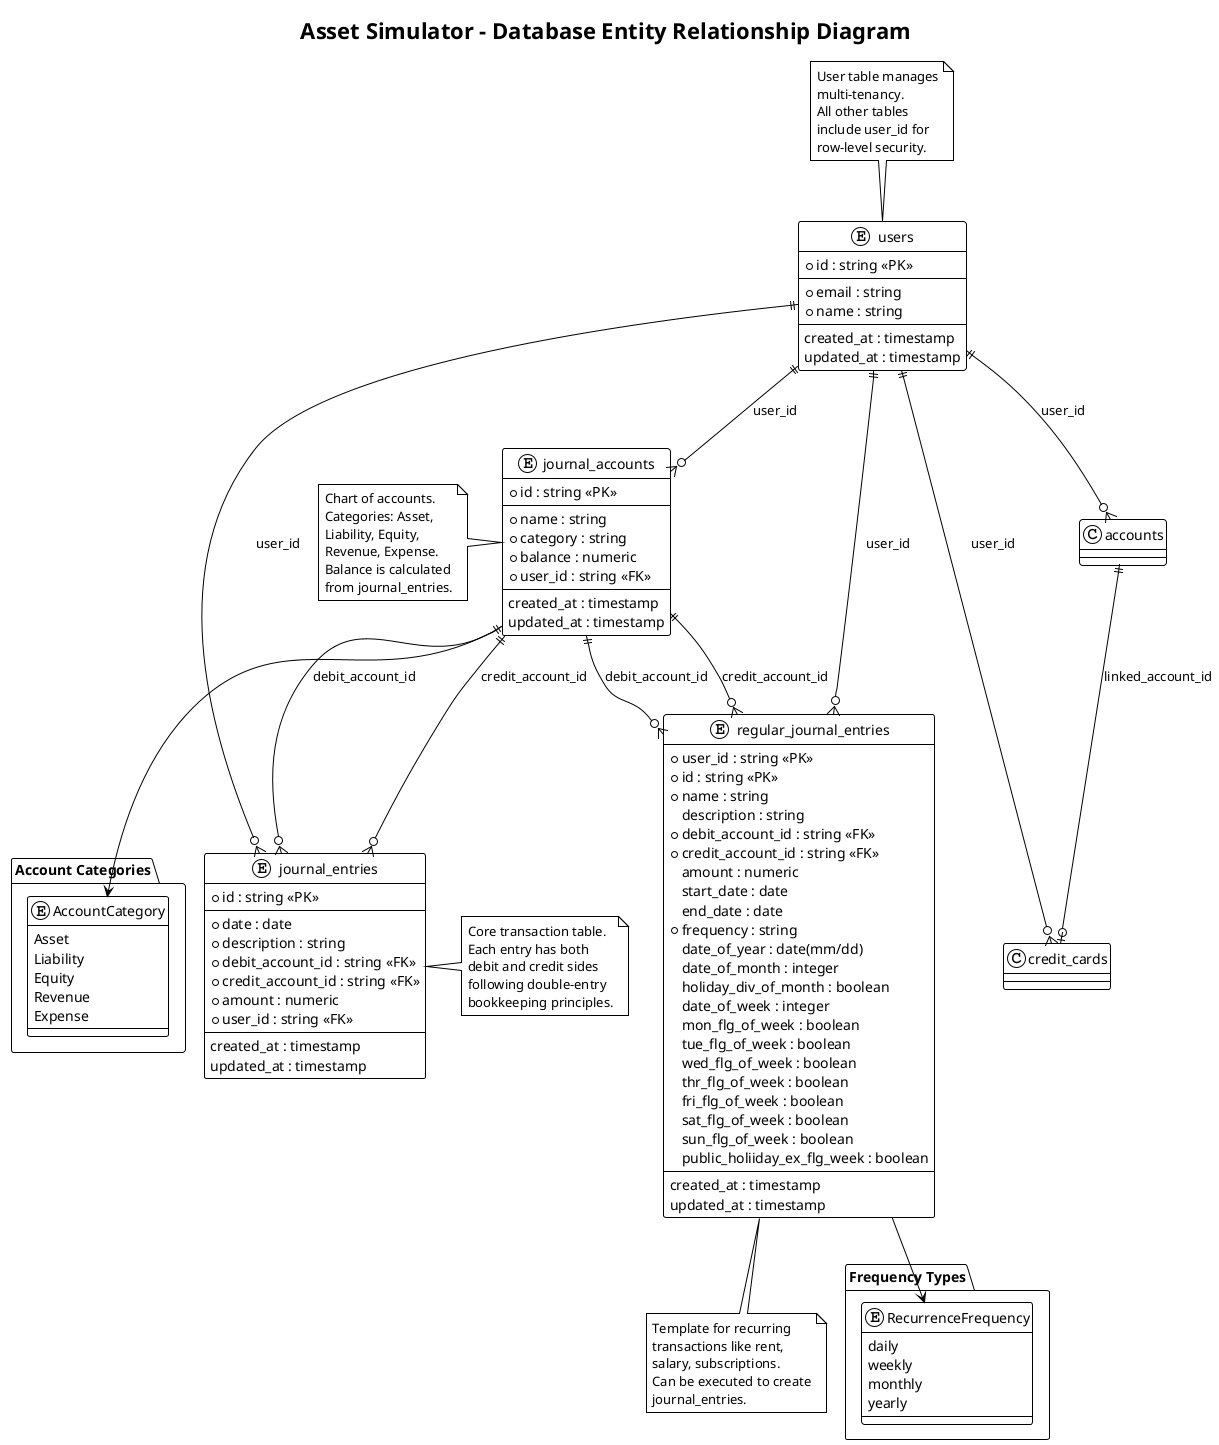
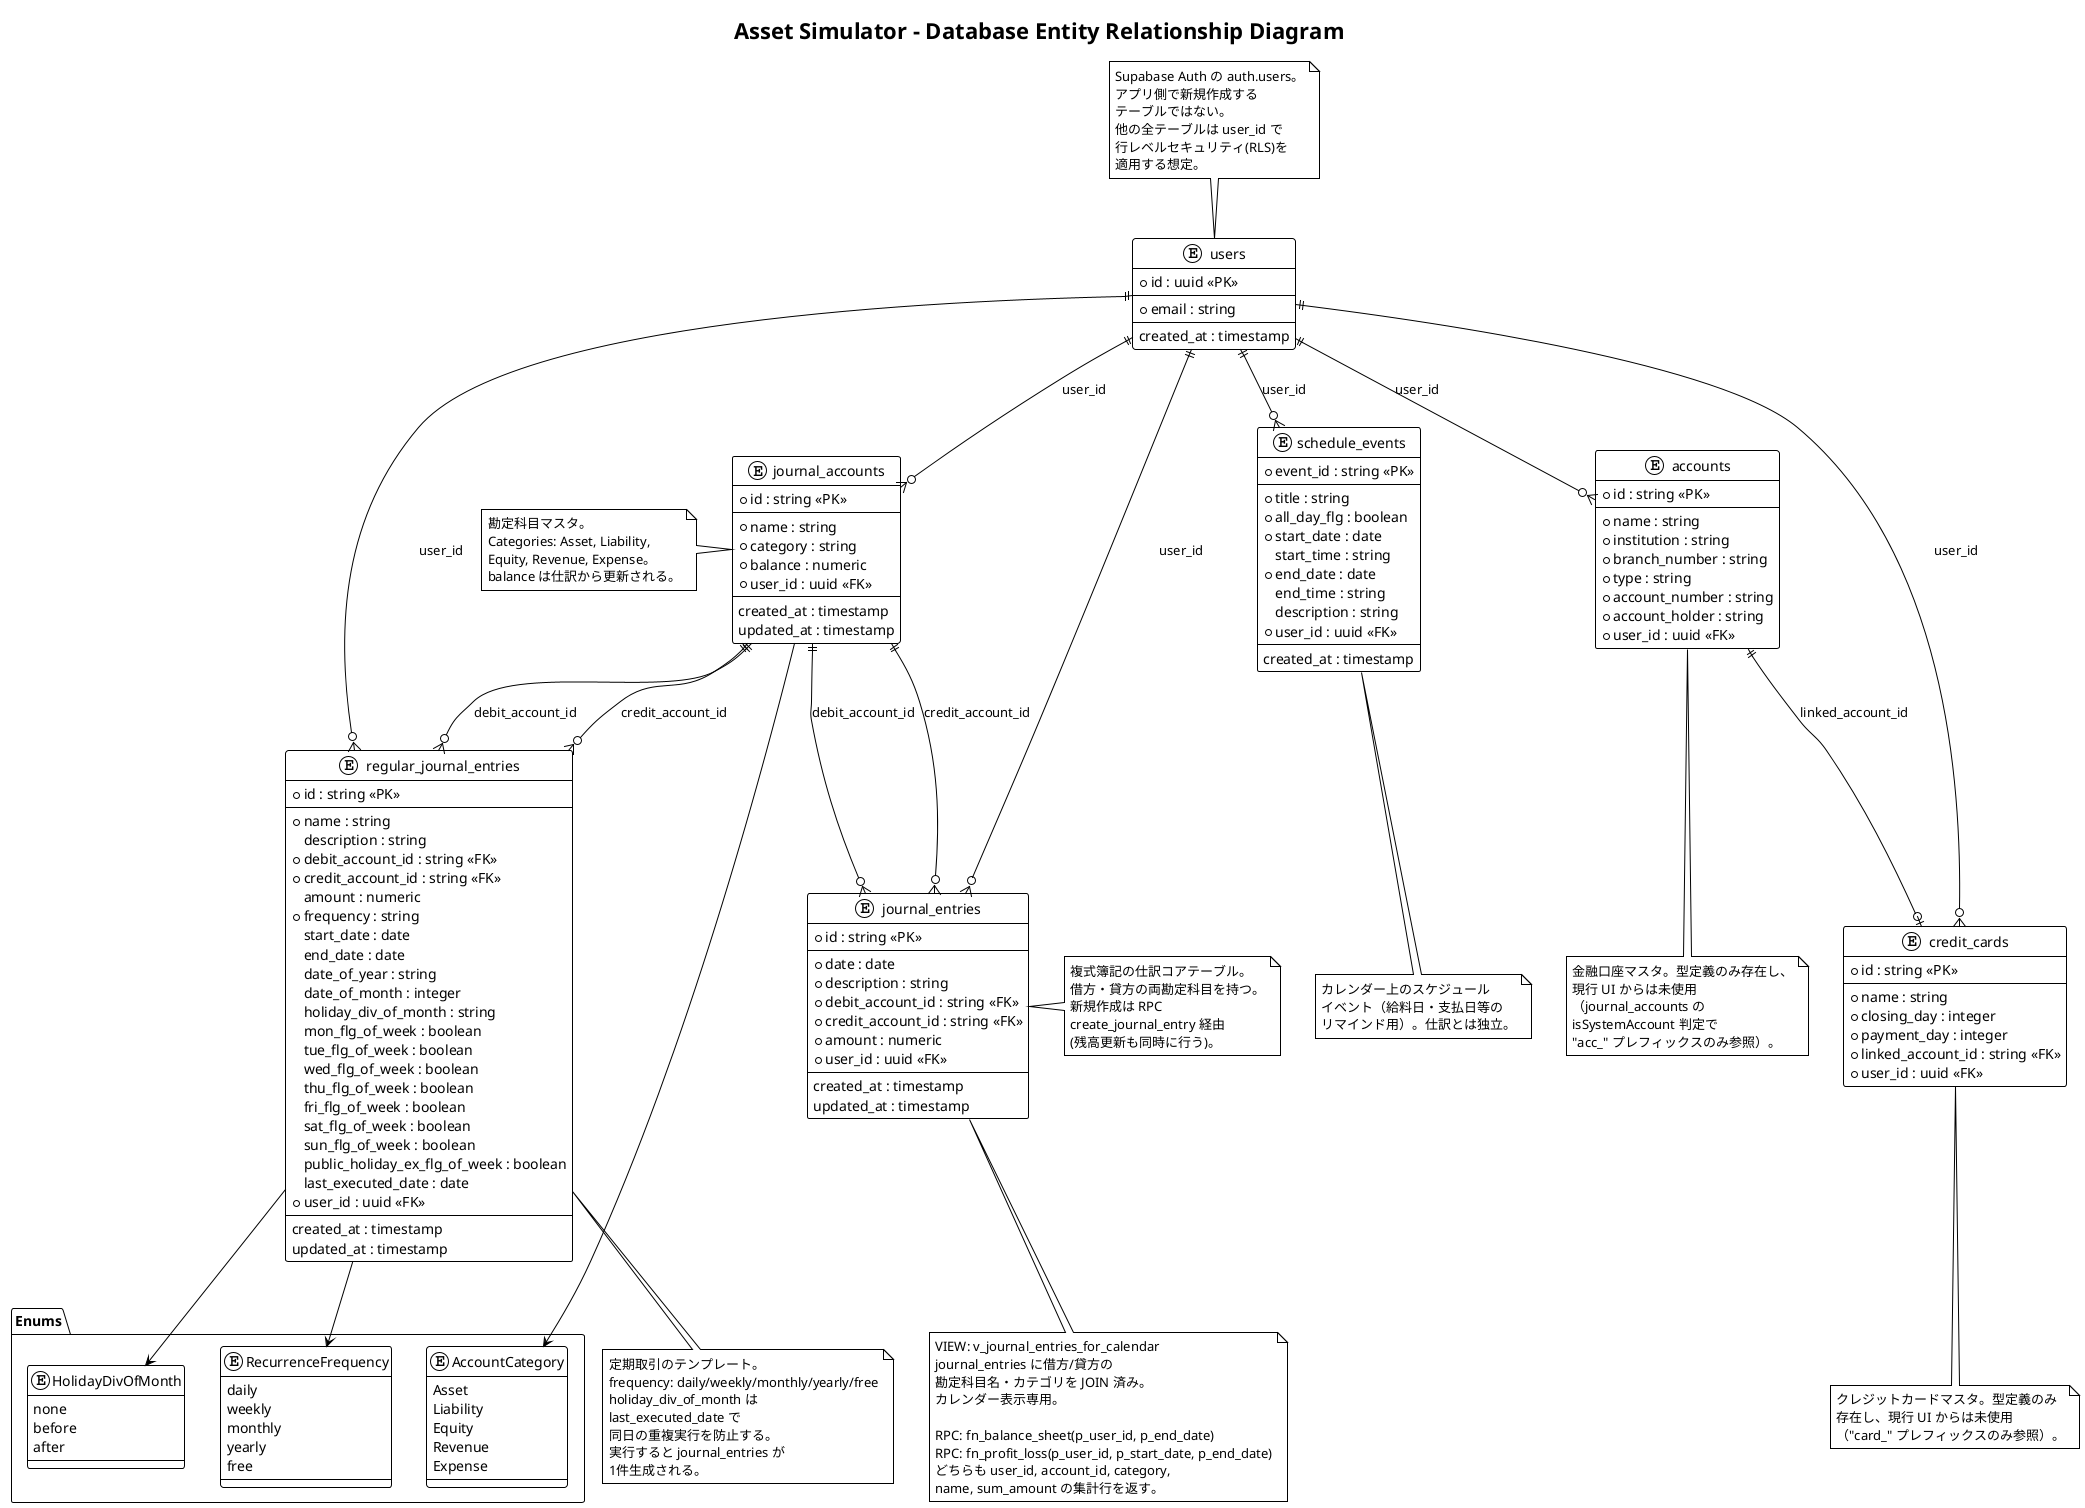
@startuml Database ER Diagram
!theme plain

title Asset Simulator - Database Entity Relationship Diagram

' --- Entities ---
+ entity "users" as users {
+   * id : uuid <<PK>>
+   --
+   * email : string
+   --
+   created_at : timestamp
+ }
+ 
entity "journal_accounts" as journal_accounts {
  * id : string <<PK>>
  --
  * name : string
  * category : string
  * balance : numeric
-   * user_id : string <<FK>>
+   * user_id : uuid <<FK>>
  --
  created_at : timestamp
  updated_at : timestamp
}

entity "journal_entries" as journal_entries {
  * id : string <<PK>>
  --
  * date : date
  * description : string
  * debit_account_id : string <<FK>>
  * credit_account_id : string <<FK>>
  * amount : numeric
-   * user_id : string <<FK>>
+   * user_id : uuid <<FK>>
  --
  created_at : timestamp
  updated_at : timestamp
}

entity "regular_journal_entries" as regular_journal_entries {
-   * user_id : string <<PK>>
-   * id : string <<PK>>
+   * id : string <<PK>>
+   --
  * name : string
  description : string
  * debit_account_id : string <<FK>>
  * credit_account_id : string <<FK>>
  amount : numeric
+   * frequency : string
  start_date : date
  end_date : date
-   * frequency : string
-   date_of_year : date(mm/dd)
+   date_of_year : string
  date_of_month : integer
-   holiday_div_of_month : boolean
-   date_of_week : integer
+   holiday_div_of_month : string
  mon_flg_of_week : boolean
  tue_flg_of_week : boolean
  wed_flg_of_week : boolean
-   thr_flg_of_week : boolean
+   thu_flg_of_week : boolean
  fri_flg_of_week : boolean
  sat_flg_of_week : boolean
  sun_flg_of_week : boolean
-   public_holiiday_ex_flg_week : boolean
+   public_holiday_ex_flg_of_week : boolean
+   last_executed_date : date
+   * user_id : uuid <<FK>>
  --
  created_at : timestamp
  updated_at : timestamp
}

- entity "users" as users {
-   * id : string <<PK>>
-   --
-   * email : string
-   * name : string
-   --
-   created_at : timestamp
-   updated_at : timestamp
+ entity "schedule_events" as schedule_events {
+   * event_id : string <<PK>>
+   --
+   * title : string
+   * all_day_flg : boolean
+   * start_date : date
+   start_time : string
+   * end_date : date
+   end_time : string
+   description : string
+   * user_id : uuid <<FK>>
+   --
+   created_at : timestamp
+ }
+ 
+ entity "accounts" as accounts {
+   * id : string <<PK>>
+   --
+   * name : string
+   * institution : string
+   * branch_number : string
+   * type : string
+   * account_number : string
+   * account_holder : string
+   * user_id : uuid <<FK>>
+ }
+ 
+ entity "credit_cards" as credit_cards {
+   * id : string <<PK>>
+   --
+   * name : string
+   * closing_day : integer
+   * payment_day : integer
+   * linked_account_id : string <<FK>>
+   * user_id : uuid <<FK>>
}

' --- Relationships ---
- users ||--o{ accounts : "user_id"
- users ||--o{ credit_cards : "user_id"
users ||--o{ journal_accounts : "user_id"
users ||--o{ journal_entries : "user_id"
users ||--o{ regular_journal_entries : "user_id"
+ users ||--o{ schedule_events : "user_id"
+ users ||--o{ accounts : "user_id"
+ users ||--o{ credit_cards : "user_id"

accounts ||--o| credit_cards : "linked_account_id"

journal_accounts ||--o{ journal_entries : "debit_account_id"
journal_accounts ||--o{ journal_entries : "credit_account_id"

journal_accounts ||--o{ regular_journal_entries : "debit_account_id"
journal_accounts ||--o{ regular_journal_entries : "credit_account_id"

' --- Notes ---
note top of users
-   User table manages
-   multi-tenancy.
-   All other tables
-   include user_id for
-   row-level security.
+   Supabase Auth の auth.users。
+   アプリ側で新規作成する
+   テーブルではない。
+   他の全テーブルは user_id で
+   行レベルセキュリティ(RLS)を
+   適用する想定。
end note

note right of journal_entries
-   Core transaction table.
-   Each entry has both
-   debit and credit sides
-   following double-entry
-   bookkeeping principles.
+   複式簿記の仕訳コアテーブル。
+   借方・貸方の両勘定科目を持つ。
+   新規作成は RPC
+   create_journal_entry 経由
+   (残高更新も同時に行う)。
end note

note bottom of regular_journal_entries
-   Template for recurring
-   transactions like rent,
-   salary, subscriptions.
-   Can be executed to create
-   journal_entries.
+   定期取引のテンプレート。
+   frequency: daily/weekly/monthly/yearly/free
+   holiday_div_of_month は
+   'before'/'after'/'none' の文字列。
+   last_executed_date で
+   同日の重複実行を防止する。
+   実行すると journal_entries が
+   1件生成される。
end note

note left of journal_accounts
-   Chart of accounts.
-   Categories: Asset,
-   Liability, Equity,
-   Revenue, Expense.
-   Balance is calculated
-   from journal_entries.
+   勘定科目マスタ。
+   Categories: Asset, Liability,
+   Equity, Revenue, Expense。
+   balance は仕訳から更新される。
+ end note
+ 
+ note bottom of schedule_events
+   カレンダー上のスケジュール
+   イベント（給料日・支払日等の
+   リマインド用）。仕訳とは独立。
+ end note
+ 
+ note bottom of accounts
+   金融口座マスタ。型定義のみ存在し、
+   現行 UI からは未使用
+   （journal_accounts の
+   isSystemAccount 判定で
+   "acc_" プレフィックスのみ参照）。
+ end note
+ 
+ note bottom of credit_cards
+   クレジットカードマスタ。型定義のみ
+   存在し、現行 UI からは未使用
+   （"card_" プレフィックスのみ参照）。
end note

' --- Categories ---
- package "Account Categories" {
+ package "Enums" {
  enum AccountCategory {
    Asset
    Liability
    Equity
    Revenue
    Expense
  }
- }
- 
- package "Frequency Types" {
+ 
  enum RecurrenceFrequency {
    daily
    weekly
    monthly
    yearly
+     free
+   }
+ 
+   enum HolidayDivOfMonth {
+     none
+     before
+     after
  }
}

journal_accounts --> AccountCategory
regular_journal_entries --> RecurrenceFrequency
- 
- @enduml+ regular_journal_entries --> HolidayDivOfMonth
+ 
+ ' --- Views / RPC (documentation only, not physical tables) ---
+ note as ViewNote
+   VIEW: v_journal_entries_for_calendar
+   journal_entries に借方/貸方の
+   勘定科目名・カテゴリを JOIN 済み。
+   カレンダー表示専用。
+ 
+   RPC: fn_balance_sheet(p_user_id, p_end_date)
+   RPC: fn_profit_loss(p_user_id, p_start_date, p_end_date)
+   どちらも user_id, account_id, category,
+   name, sum_amount の集計行を返す。
+ end note
+ 
+ journal_entries .. ViewNote
+ 
+ @enduml
